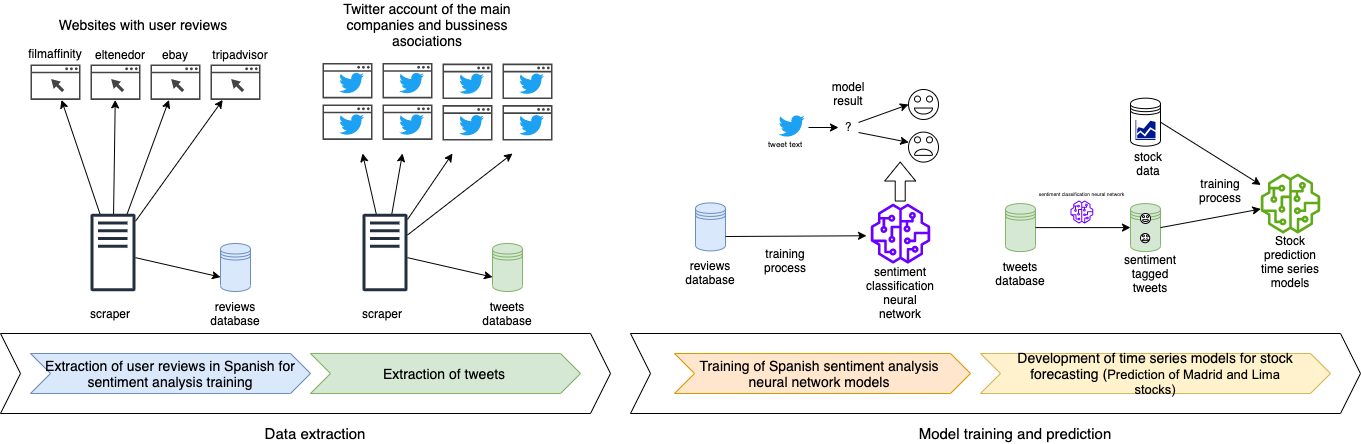
The draw.io diagram results/extraction_and_training_diagram.png in news-scrapers/twitter-data-scripts-analysis, before a commit. Source tidied: cells renumbered, new cells last; positions are measured from the earlier drawing's top-left corner, leaving out a move shared by most shapes.
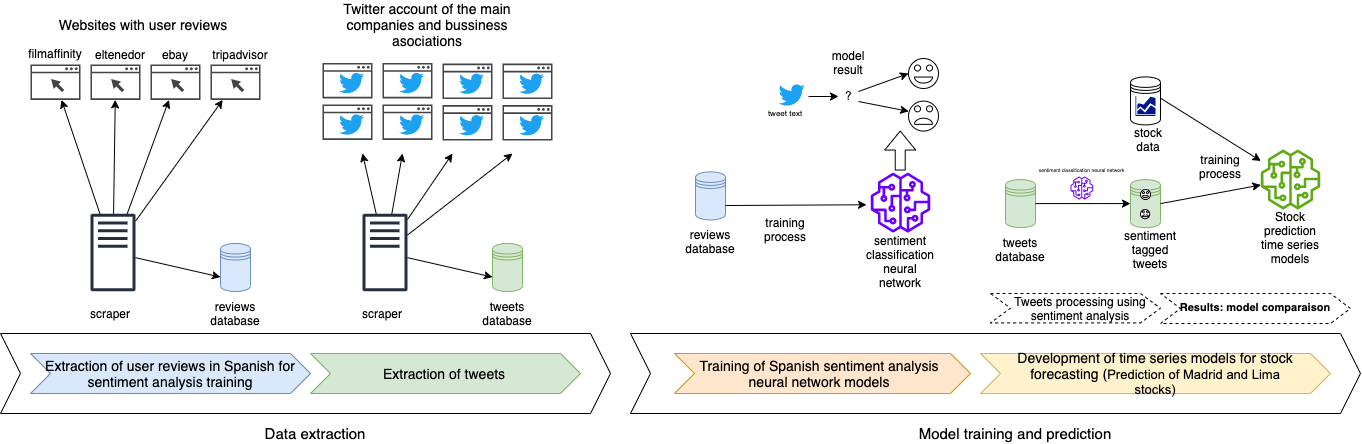
The same diagram one commit later.

What changed in the source:
```diff
@@ -179,18 +179,18 @@
       <mxGeometry x="900" y="409" width="230" height="20" as="geometry" />
     </mxCell>
     <mxCell id="58" style="shape=datastore;whiteSpace=wrap;html=1;fillColor=#dae8fc;strokeColor=#6c8ebf;" parent="1" vertex="1">
-      <mxGeometry x="695" y="188.4" width="30" height="48" as="geometry" />
+      <mxGeometry x="695" y="157.4" width="30" height="48" as="geometry" />
     </mxCell>
     <mxCell id="59" value="reviews database" style="text;html=1;strokeColor=none;fillColor=none;align=center;verticalAlign=middle;whiteSpace=wrap;rounded=0;" parent="1" vertex="1">
-      <mxGeometry x="690" y="248.4" width="40" height="20" as="geometry" />
+      <mxGeometry x="690" y="217.4" width="40" height="20" as="geometry" />
     </mxCell>
     <mxCell id="60" style="endArrow=classic;html=1;exitX=1;exitY=0.7;exitDx=0;exitDy=0;" parent="1" edge="1" source="58">
       <mxGeometry relative="1" as="geometry">
-        <mxPoint x="866" y="221.3" as="targetPoint" />
+        <mxPoint x="866" y="190.3" as="targetPoint" />
       </mxGeometry>
     </mxCell>
     <mxCell id="61" style="group;" parent="1" vertex="1">
-      <mxGeometry x="778" y="77" width="160" height="71.5" as="geometry" />
+      <mxGeometry x="778" y="46" width="160" height="71.5" as="geometry" />
     </mxCell>
     <mxCell id="62" style="group;" parent="61" vertex="1">
       <mxGeometry x="130" y="-2" width="30" height="30" as="geometry" />
@@ -253,27 +253,27 @@
     </mxCell>
     <mxCell id="79" style="shape=flexArrow;endArrow=classic;html=1;" parent="1" edge="1">
       <mxGeometry relative="1" as="geometry">
-        <mxPoint x="899.7" y="187" as="sourcePoint" />
-        <mxPoint x="899.7" y="147" as="targetPoint" />
+        <mxPoint x="899.7" y="156" as="sourcePoint" />
+        <mxPoint x="899.7" y="116" as="targetPoint" />
       </mxGeometry>
     </mxCell>
     <mxCell id="80" value="sentiment classification neural network" style="text;html=1;strokeColor=none;fillColor=none;align=center;verticalAlign=middle;whiteSpace=wrap;rounded=0;" parent="1" vertex="1">
-      <mxGeometry x="880" y="268.4" width="40" height="20" as="geometry" />
+      <mxGeometry x="880" y="237.4" width="40" height="20" as="geometry" />
     </mxCell>
     <mxCell id="81" value="training process" style="text;html=1;strokeColor=none;fillColor=none;align=center;verticalAlign=middle;whiteSpace=wrap;rounded=0;" parent="1" vertex="1">
-      <mxGeometry x="765" y="236.4" width="40" height="20" as="geometry" />
+      <mxGeometry x="765" y="205.4" width="40" height="20" as="geometry" />
     </mxCell>
     <mxCell id="82" style="shape=datastore;whiteSpace=wrap;html=1;fillColor=#d5e8d4;strokeColor=#82b366;" parent="1" vertex="1">
-      <mxGeometry x="1005" y="189.1" width="30" height="48" as="geometry" />
+      <mxGeometry x="1005" y="165.1" width="30" height="48" as="geometry" />
     </mxCell>
     <mxCell id="83" value="tweets database" style="text;html=1;strokeColor=none;fillColor=none;align=center;verticalAlign=middle;whiteSpace=wrap;rounded=0;" parent="1" vertex="1">
-      <mxGeometry x="1000" y="249.1" width="40" height="20" as="geometry" />
+      <mxGeometry x="1000" y="225.1" width="40" height="20" as="geometry" />
     </mxCell>
     <mxCell id="84" style="shape=datastore;whiteSpace=wrap;html=1;fillColor=#d5e8d4;strokeColor=#82b366;" parent="1" vertex="1">
-      <mxGeometry x="1130" y="189.1" width="30" height="48" as="geometry" />
+      <mxGeometry x="1130" y="165.1" width="30" height="48" as="geometry" />
     </mxCell>
     <mxCell id="85" style="group;" parent="1" vertex="1">
-      <mxGeometry x="1140" y="199" width="10" height="10" as="geometry" />
+      <mxGeometry x="1140" y="175" width="10" height="10" as="geometry" />
     </mxCell>
     <mxCell id="86" style="ellipse;whiteSpace=wrap;html=1;" parent="85" vertex="1">
       <mxGeometry width="10" height="10" as="geometry" />
@@ -288,7 +288,7 @@
       <mxGeometry x="2" y="6.2" width="6" height="2" as="geometry" />
     </mxCell>
     <mxCell id="90" style="group;" parent="1" vertex="1">
-      <mxGeometry x="1140" y="219" width="10" height="9.5" as="geometry" />
+      <mxGeometry x="1140" y="195" width="10" height="9.5" as="geometry" />
     </mxCell>
     <mxCell id="91" style="ellipse;whiteSpace=wrap;html=1;" parent="90" vertex="1">
       <mxGeometry width="9.2" height="9.2" as="geometry" />
@@ -303,43 +303,57 @@
       <mxGeometry x="2" y="5.3" width="6" height="1.9" as="geometry" />
     </mxCell>
     <mxCell id="95" value="sentiment&lt;br&gt;tagged tweets" style="text;html=1;strokeColor=none;fillColor=none;align=center;verticalAlign=middle;whiteSpace=wrap;rounded=0;" parent="1" vertex="1">
-      <mxGeometry x="1130" y="249.1" width="40" height="20" as="geometry" />
+      <mxGeometry x="1130" y="225.1" width="40" height="20" as="geometry" />
     </mxCell>
     <mxCell id="96" style="endArrow=classic;html=1;" parent="1" edge="1" source="82" target="84">
       <mxGeometry relative="1" as="geometry" />
     </mxCell>
     <mxCell id="97" value="&lt;font style=&quot;font-size: 5px&quot;&gt;sentiment classification neural network&lt;/font&gt;" style="text;html=1;strokeColor=none;fillColor=none;align=center;verticalAlign=middle;whiteSpace=wrap;rounded=0;" parent="1" vertex="1">
-      <mxGeometry x="1035" y="166.5" width="92.8" height="20.5" as="geometry" />
+      <mxGeometry x="1035" y="142.5" width="92.8" height="20.5" as="geometry" />
     </mxCell>
     <mxCell id="98" style="shape=datastore;whiteSpace=wrap;html=1;" parent="1" vertex="1">
-      <mxGeometry x="1130" y="83.7" width="30" height="48" as="geometry" />
+      <mxGeometry x="1130" y="62.4" width="30" height="48" as="geometry" />
     </mxCell>
     <mxCell id="99" value="stock data" style="text;html=1;strokeColor=none;fillColor=none;align=center;verticalAlign=middle;whiteSpace=wrap;rounded=0;" parent="1" vertex="1">
-      <mxGeometry x="1127.8" y="139" width="40" height="20" as="geometry" />
+      <mxGeometry x="1127.8" y="115" width="40" height="20" as="geometry" />
     </mxCell>
     <mxCell id="100" style="dashed=0;verticalLabelPosition=bottom;verticalAlign=top;align=center;html=1;fontSize=12;fontStyle=0;shape=mxgraph.aws4.sagemaker_model;fillColor=#6a00ff;strokeColor=#3700CC;fontColor=#ffffff;" parent="1" vertex="1">
-      <mxGeometry x="1069.9" y="186" width="23" height="23" as="geometry" />
+      <mxGeometry x="1069.9" y="162" width="23" height="23" as="geometry" />
     </mxCell>
     <mxCell id="101" style="dashed=0;verticalLabelPosition=bottom;verticalAlign=top;align=center;html=1;fontSize=12;fontStyle=0;shape=mxgraph.aws4.sagemaker_model;fillColor=#6a00ff;strokeColor=#3700CC;fontColor=#ffffff;" parent="1" vertex="1">
-      <mxGeometry x="870" y="189.1" width="60" height="60" as="geometry" />
+      <mxGeometry x="870" y="158.1" width="60" height="60" as="geometry" />
     </mxCell>
     <mxCell id="102" style="outlineConnect=0;dashed=0;verticalLabelPosition=bottom;verticalAlign=top;align=center;html=1;fontSize=12;fontStyle=0;shape=mxgraph.aws4.sagemaker_model;fillColor=#60a917;strokeColor=#2D7600;fontColor=#ffffff;" parent="1" vertex="1">
-      <mxGeometry x="1260" y="159" width="60" height="60" as="geometry" />
+      <mxGeometry x="1260" y="135" width="60" height="60" as="geometry" />
     </mxCell>
-    <mxCell id="103" style="endArrow=classic;html=1;exitX=1;exitY=0.5;exitDx=0;exitDy=0;" parent="1" edge="1" source="98" target="102">
-      <mxGeometry relative="1" as="geometry" />
+    <mxCell id="103" style="endArrow=classic;html=1;exitX=1;exitY=0.5;exitDx=0;exitDy=0;" parent="1" edge="1" target="102">
+      <mxGeometry relative="1" as="geometry">
+        <mxPoint x="1160" y="83.7" as="sourcePoint" />
+      </mxGeometry>
     </mxCell>
     <mxCell id="104" style="endArrow=classic;html=1;exitX=1;exitY=0.5;exitDx=0;exitDy=0;" parent="1" edge="1" source="84" target="102">
       <mxGeometry relative="1" as="geometry" />
     </mxCell>
     <mxCell id="105" value="training process" style="text;html=1;strokeColor=none;fillColor=none;align=center;verticalAlign=middle;whiteSpace=wrap;rounded=0;" parent="1" vertex="1">
-      <mxGeometry x="1200" y="166" width="40" height="20" as="geometry" />
+      <mxGeometry x="1200" y="142" width="40" height="20" as="geometry" />
     </mxCell>
     <mxCell id="106" style="shadow=0;dashed=0;html=1;strokeColor=none;labelPosition=center;verticalLabelPosition=bottom;verticalAlign=top;align=center;fillColor=#00188D;shape=mxgraph.mscae.general.graph;" parent="1" vertex="1">
-      <mxGeometry x="1135" y="105.4" width="20" height="20" as="geometry" />
+      <mxGeometry x="1135" y="81.4" width="20" height="20" as="geometry" />
     </mxCell>
     <mxCell id="107" value="Stock prediction time series models" style="text;html=1;strokeColor=none;fillColor=none;align=center;verticalAlign=middle;whiteSpace=wrap;rounded=0;" parent="1" vertex="1">
-      <mxGeometry x="1260" y="237.1" width="60" height="20" as="geometry" />
+      <mxGeometry x="1260" y="213.1" width="60" height="20" as="geometry" />
     </mxCell>
+    <mxCell id="108" style="shape=step;perimeter=stepPerimeter;whiteSpace=wrap;html=1;fixedSize=1;dashed=1;" parent="1" vertex="1">
+      <mxGeometry x="990" y="279" width="170" height="29.4" as="geometry" />
+    </mxCell>
+    <mxCell id="109" style="shape=step;perimeter=stepPerimeter;whiteSpace=wrap;html=1;fixedSize=1;dashed=1;" parent="1" vertex="1">
+      <mxGeometry x="1160" y="279" width="190" height="30" as="geometry" />
+    </mxCell>
+    <mxCell id="110" value="&lt;b&gt;&lt;font style=&quot;font-size: 11px&quot;&gt;Results: model comparaison&lt;/font&gt;&lt;/b&gt;" style="text;html=1;strokeColor=none;fillColor=none;align=center;verticalAlign=middle;whiteSpace=wrap;rounded=0;dashed=1;" parent="1" vertex="1">
+      <mxGeometry x="1175" y="277.1" width="160" height="29.6" as="geometry" />
+    </mxCell>
+    <mxCell id="111" value="Tweets processing using sentiment analysis" style="text;html=1;strokeColor=none;fillColor=none;align=center;verticalAlign=middle;whiteSpace=wrap;rounded=0;dashed=1;" parent="1" vertex="1">
+      <mxGeometry x="1005" y="283.7" width="150" height="20" as="geometry" />
+    </mxCell>
   </root>
 </mxGraphModel>
```
